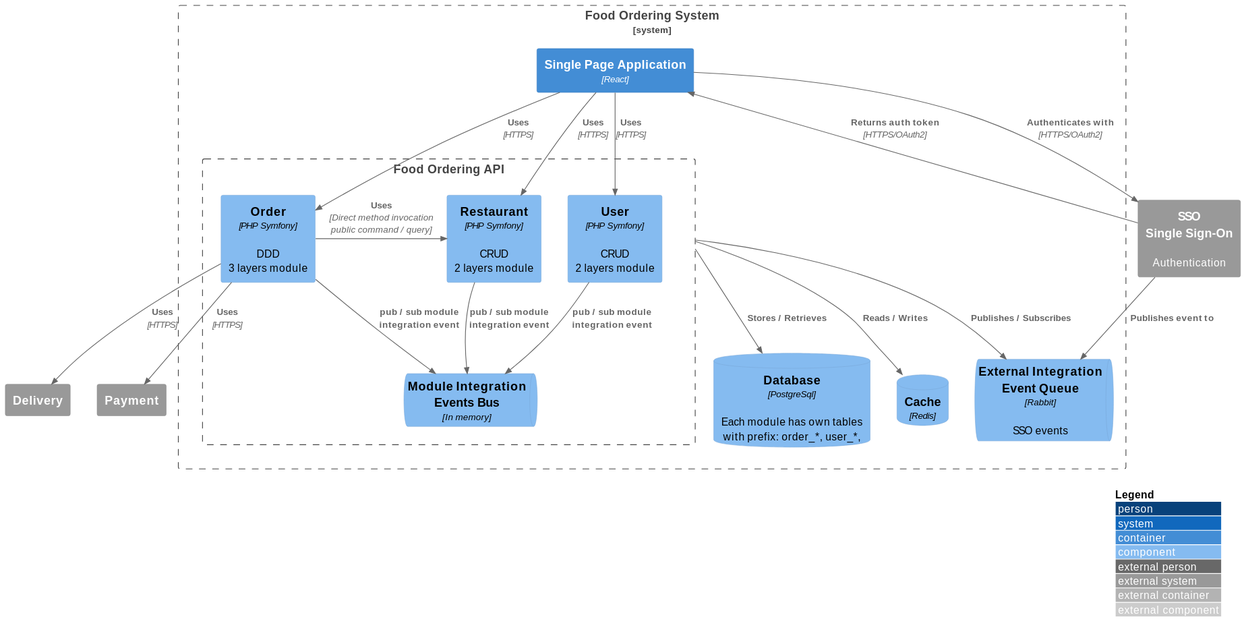
This is docs/C4/c3_component.svg from velorb/modular-monolith-php, a PlantUML export, as it was before one commit. Its diagram source:
```plantuml
@startuml
!include https://raw.githubusercontent.com/plantuml-stdlib/C4-PlantUML/master/C4_Component.puml

System_Boundary(c1, "Food Ordering System") {
    Container(spa, "Single Page Application", "React")
    Boundary(foodOrderingApi, "Food Ordering API") {
        Component(restaurant, "Restaurant", "PHP Symfony", CRUD\n2 layers module)
        Component(order, "Order", "PHP Symfony", "DDD\n3 layers module")
        Component(user, "User", "PHP Symfony", "CRUD\n2 layers module")
        ComponentQueue(integrationEventBus, "Module Integration Events Bus", "In memory")
    }
    ComponentQueue(externalIntegrationEventQueue, "External Integration Event Queue", "Rabbit", "SSO events")
    ComponentDb(database, "Database", "PostgreSql", "Each module has own tables with prefix: order_*, user_*, ")
    ComponentDb(cache, "Cache", "Redis")

}
System_Ext(delivery, "Delivery")
System_Ext(sso, "SSO\nSingle Sign-On", "Authentication")
System_Ext(payment, "Payment")

Rel(spa, restaurant, "Uses", "HTTPS")
Rel(spa, order, "Uses", "HTTPS")
Rel(spa, user, "Uses", "HTTPS")

Rel(spa, sso, "Authenticates with", "HTTPS/OAuth2")
Rel(sso, spa, "Returns auth token", "HTTPS/OAuth2")

Rel(foodOrderingApi, cache, "Reads / Writes")

Rel(order, integrationEventBus, "pub / sub module integration event")
Rel(user, integrationEventBus, "pub / sub module integration event")
Rel(restaurant, integrationEventBus, "pub / sub module integration event")

Rel(foodOrderingApi, externalIntegrationEventQueue, "Publishes / Subscribes")
Rel(sso, externalIntegrationEventQueue, "Publishes event to")

Rel(foodOrderingApi, database, "Stores / Retrieves")

Rel(order, delivery, "Uses", "HTTPS")
Rel(order, payment, "Uses", "HTTPS")
Rel_R(order, restaurant, "Uses", "Direct method invocation\npublic command / query")


LAYOUT_WITH_LEGEND()
@enduml
```
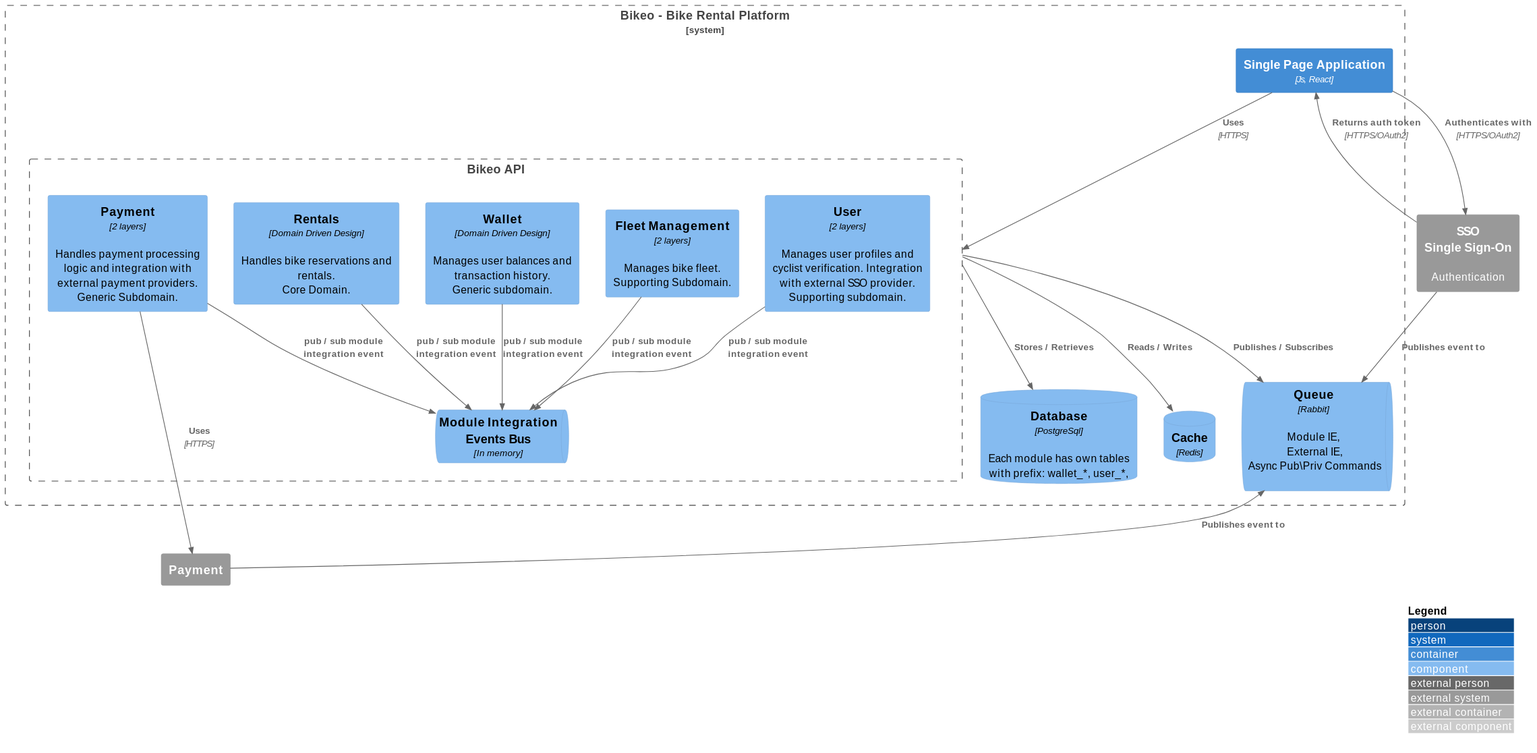
Above is the later version.

Change to the diagram source:
```diff
@@ -1,44 +1,43 @@
 @startuml
 !include https://raw.githubusercontent.com/plantuml-stdlib/C4-PlantUML/master/C4_Component.puml
 
-System_Boundary(c1, "Food Ordering System") {
-    Container(spa, "Single Page Application", "React")
-    Boundary(foodOrderingApi, "Food Ordering API") {
-        Component(restaurant, "Restaurant", "PHP Symfony", CRUD\n2 layers module)
-        Component(order, "Order", "PHP Symfony", "DDD\n3 layers module")
-        Component(user, "User", "PHP Symfony", "CRUD\n2 layers module")
+System_Boundary(c1, "Bikeo - Bike Rental Platform") {
+    Container(spa, "Single Page Application", "Js, React")
+    Boundary(bikeoApi, "Bikeo API") {
+        Component(paymentInternal, "Payment", "2 layers", "Handles payment processing logic and integration with external payment providers.\nGeneric Subdomain.")
+        Component(user, "User", "2 layers", "Manages user profiles and cyclist verification. Integration with external SSO provider.\nSupporting subdomain.")
+        Component(fleetManagement, "Fleet Management", "2 layers", "Manages bike fleet.\nSupporting Subdomain.")
+        Component(wallet, "Wallet", "Domain Driven Design", "Manages user balances and transaction history.\nGeneric subdomain.")
+        Component(rentals, "Rentals", "Domain Driven Design", "Handles bike reservations and rentals.\nCore Domain.")
         ComponentQueue(integrationEventBus, "Module Integration Events Bus", "In memory")
     }
-    ComponentQueue(externalIntegrationEventQueue, "External Integration Event Queue", "Rabbit", "SSO events")
-    ComponentDb(database, "Database", "PostgreSql", "Each module has own tables with prefix: order_*, user_*, ")
+    ComponentQueue(externalIntegrationEventQueue, "Queue", "Rabbit", "Module IE,\n External IE,\n Async Pub\Priv Commands\n")
+    ComponentDb(database, "Database", "PostgreSql", "Each module has own tables with prefix: wallet_*, user_*, ")
     ComponentDb(cache, "Cache", "Redis")
-
 }
-System_Ext(delivery, "Delivery")
 System_Ext(sso, "SSO\nSingle Sign-On", "Authentication")
 System_Ext(payment, "Payment")
 
-Rel(spa, restaurant, "Uses", "HTTPS")
-Rel(spa, order, "Uses", "HTTPS")
-Rel(spa, user, "Uses", "HTTPS")
+Rel(spa, bikeoApi, "Uses", "HTTPS")
 
 Rel(spa, sso, "Authenticates with", "HTTPS/OAuth2")
 Rel(sso, spa, "Returns auth token", "HTTPS/OAuth2")
 
-Rel(foodOrderingApi, cache, "Reads / Writes")
+Rel(bikeoApi, cache, "Reads / Writes")
 
-Rel(order, integrationEventBus, "pub / sub module integration event")
+Rel(wallet, integrationEventBus, "pub / sub module integration event")
 Rel(user, integrationEventBus, "pub / sub module integration event")
-Rel(restaurant, integrationEventBus, "pub / sub module integration event")
+Rel(fleetManagement, integrationEventBus, "pub / sub module integration event")
+Rel(rentals, integrationEventBus, "pub / sub module integration event")
+Rel(paymentInternal, integrationEventBus, "pub / sub module integration event")
 
-Rel(foodOrderingApi, externalIntegrationEventQueue, "Publishes / Subscribes")
+Rel(bikeoApi, externalIntegrationEventQueue, "Publishes / Subscribes")
 Rel(sso, externalIntegrationEventQueue, "Publishes event to")
+Rel_U(payment, externalIntegrationEventQueue, "Publishes event to")
 
-Rel(foodOrderingApi, database, "Stores / Retrieves")
+Rel(bikeoApi, database, "Stores / Retrieves")
 
-Rel(order, delivery, "Uses", "HTTPS")
-Rel(order, payment, "Uses", "HTTPS")
-Rel_R(order, restaurant, "Uses", "Direct method invocation\npublic command / query")
+Rel(paymentInternal, payment, "Uses", "HTTPS")
 
 
 LAYOUT_WITH_LEGEND()
```
